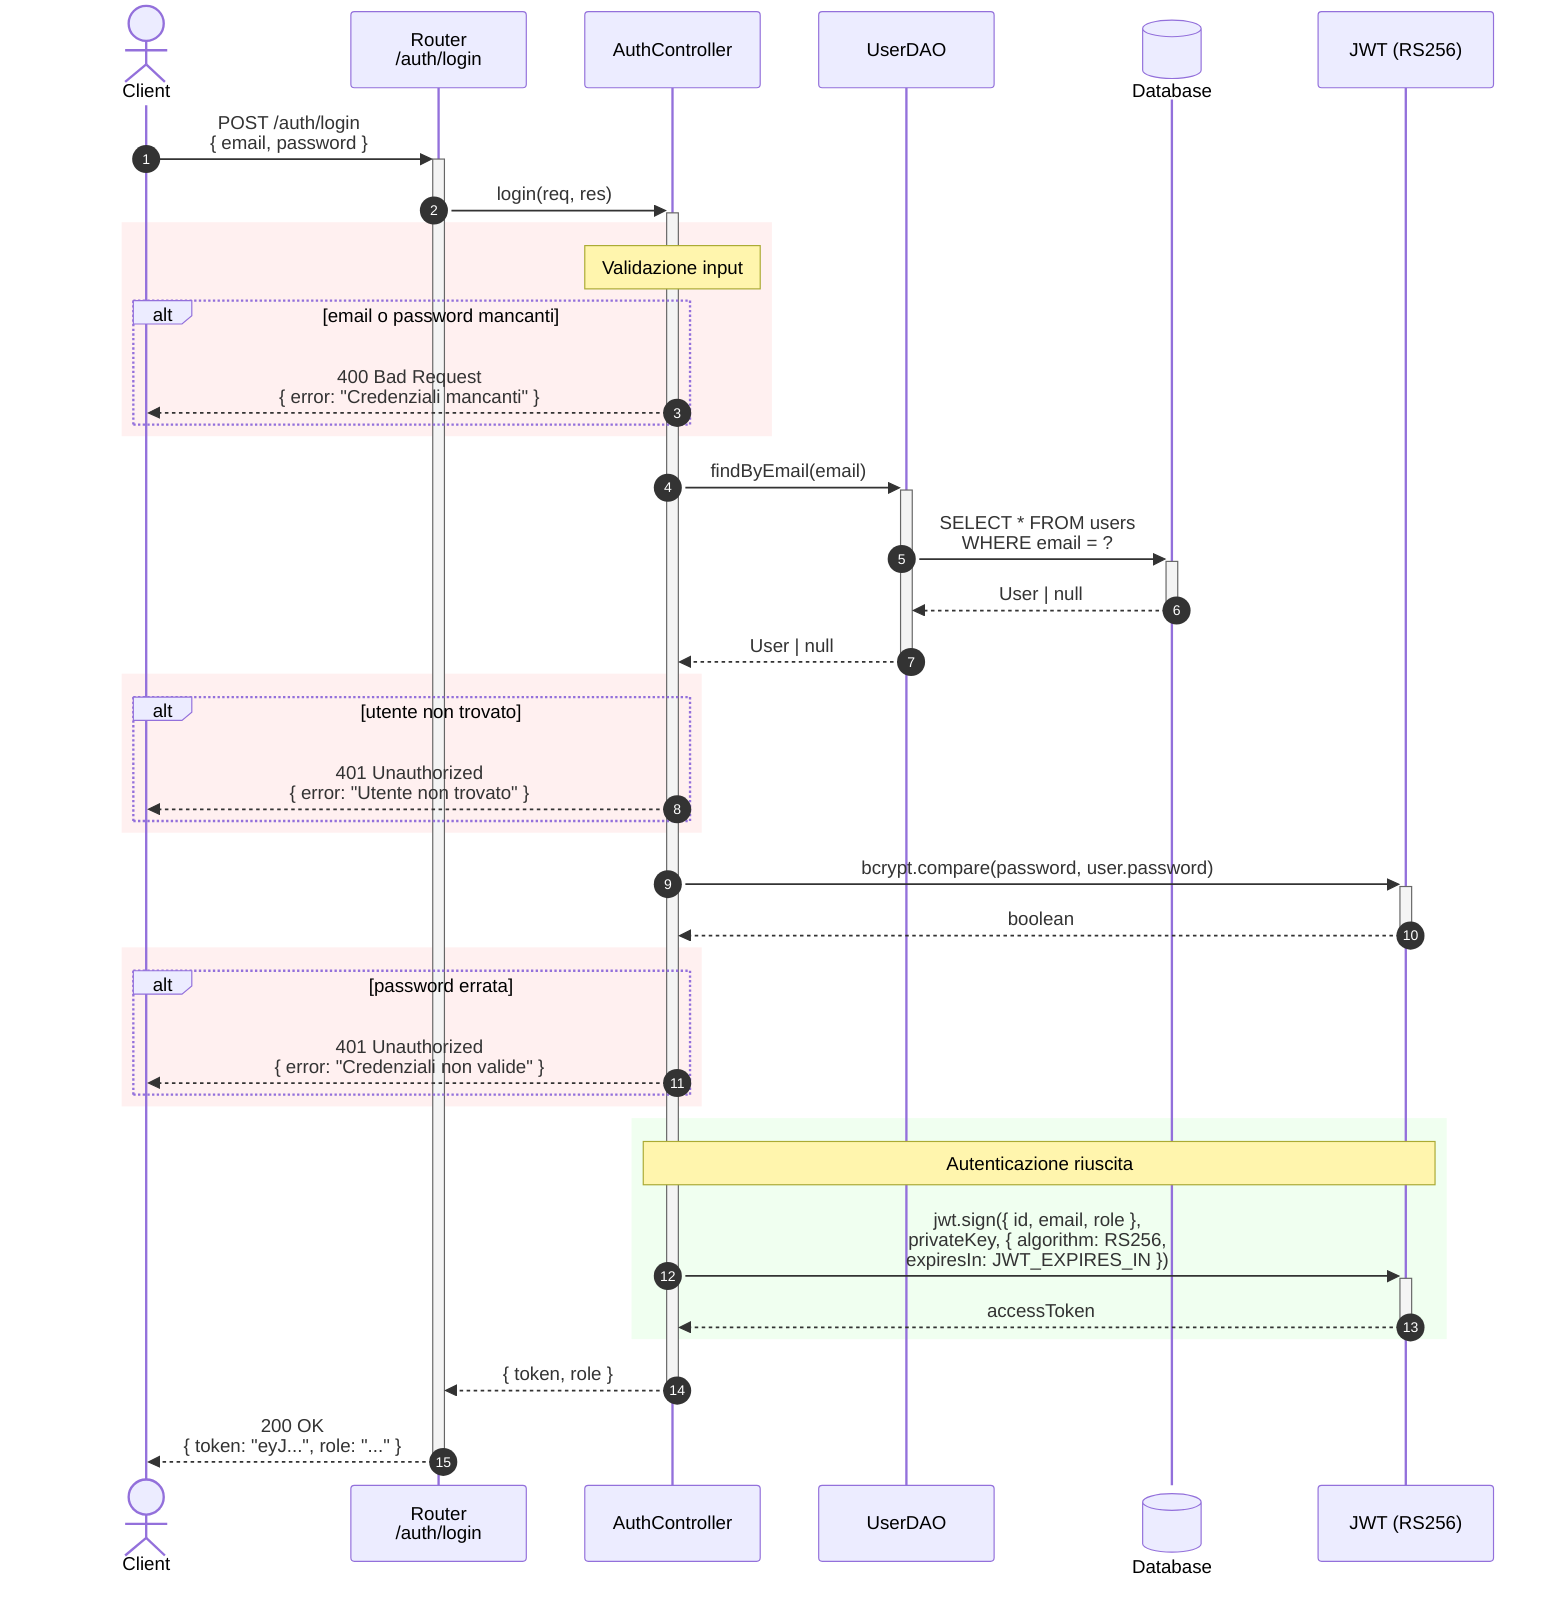
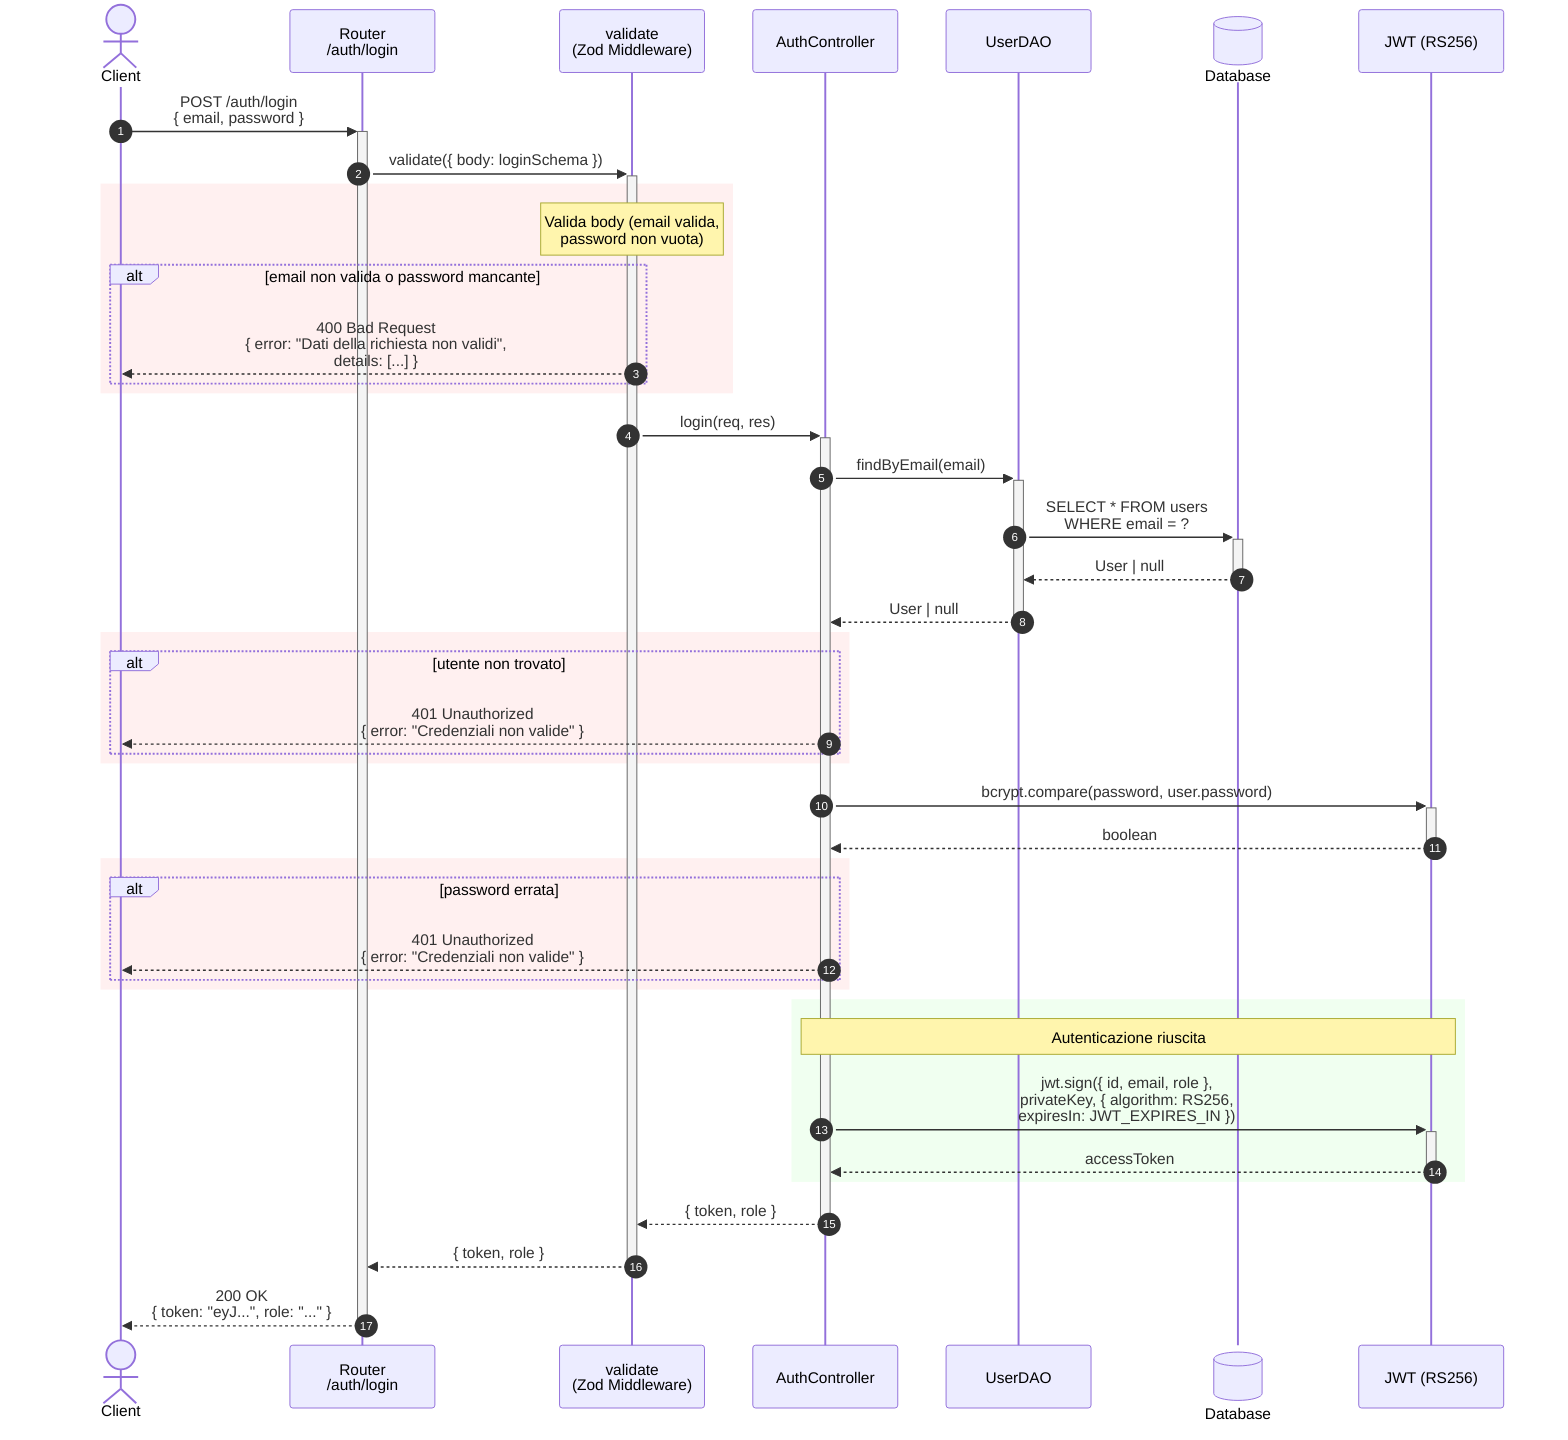
sequenceDiagram
    autonumber
    actor Client
    participant Router as Router<br/>/auth/login
+     participant Validate as validate<br/>(Zod Middleware)
    participant Controller as AuthController
    participant DAO as UserDAO
    participant DB@{ "type": "database" } as Database
    participant JWT as JWT (RS256)

    Client->>+Router: POST /auth/login<br/>{ email, password }

-     Router->>+Controller: login(req, res)
+     Router->>+Validate: validate({ body: loginSchema })

    rect rgb(255, 240, 240)
-         note over Controller: Validazione input
-         alt email o password mancanti
-             Controller-->>Client: 400 Bad Request<br/>{ error: "Credenziali mancanti" }
+         note over Validate: Valida body (email valida,<br/>password non vuota)
+         alt email non valida o password mancante
+             Validate-->>Client: 400 Bad Request<br/>{ error: "Dati della richiesta non validi",<br/>details: [...] }
        end
    end
+ 
+     Validate->>+Controller: login(req, res)

    Controller->>+DAO: findByEmail(email)
    DAO->>+DB: SELECT * FROM users<br/>WHERE email = ?
    DB-->>-DAO: User | null
    DAO-->>-Controller: User | null

    rect rgb(255, 240, 240)
        alt utente non trovato
-             Controller-->>Client: 401 Unauthorized<br/>{ error: "Utente non trovato" }
+             Controller-->>Client: 401 Unauthorized<br/>{ error: "Credenziali non valide" }
        end
    end

    Controller->>+JWT: bcrypt.compare(password, user.password)
    JWT-->>-Controller: boolean

    rect rgb(255, 240, 240)
        alt password errata
            Controller-->>Client: 401 Unauthorized<br/>{ error: "Credenziali non valide" }
        end
    end

    rect rgb(240, 255, 240)
        note over Controller,JWT: Autenticazione riuscita
        Controller->>+JWT: jwt.sign({ id, email, role },<br/>privateKey, { algorithm: RS256,<br/>expiresIn: JWT_EXPIRES_IN })
        JWT-->>-Controller: accessToken
    end

-     Controller-->>-Router: { token, role }
-     Router-->>-Client: 200 OK<br/>{ token: "eyJ...", role: "..." }+     Controller-->>-Validate: { token, role }
+     Validate-->>-Router: { token, role }
+     Router-->>-Client: 200 OK<br/>{ token: "eyJ...", role: "..." }
